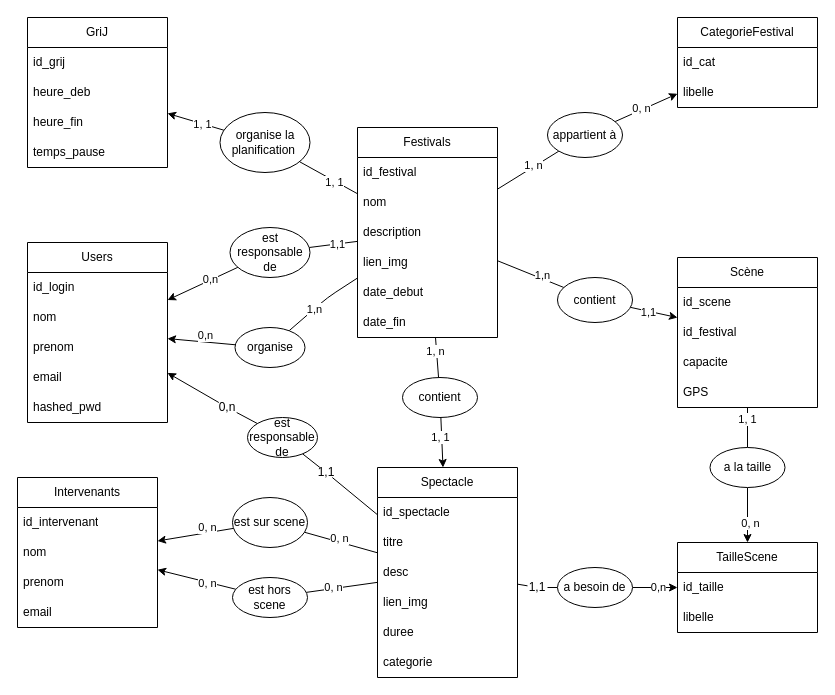
This is diagrams/bdd.drawio from lbaudroit/G2-Festiplan, a draw.io file, before an edit. Source tidied: cells renumbered, new cells numbered last; positions are measured from the earlier drawing's top-left corner, leaving out a move shared by most shapes. Both pictures are drawn from the tidied source at 100%, with x=0, y=0 at pixel (17, 17).
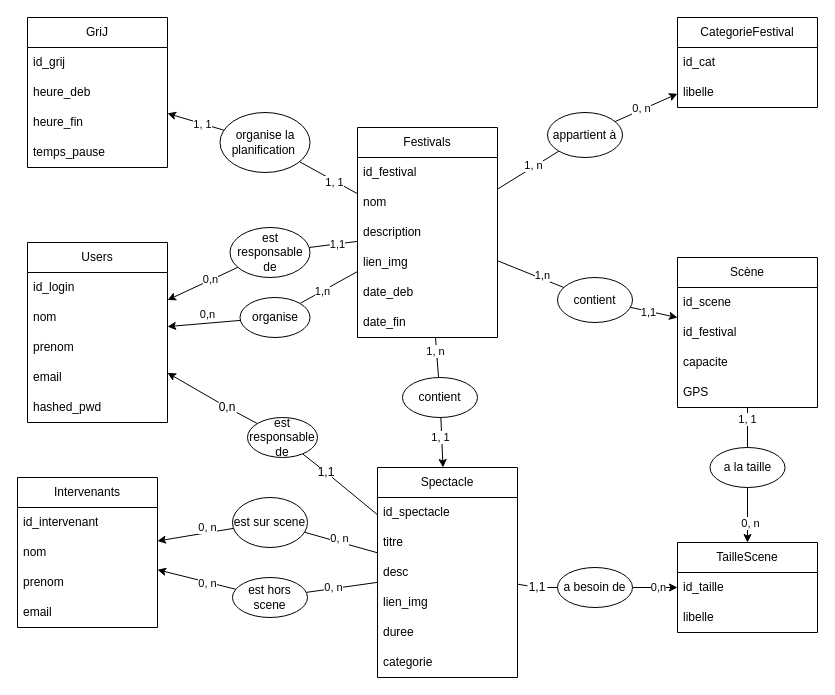
Above is the later version.

Commit message:
modif diagrame

The change refers to these unchanged cells:
```xml
<mxCell id="8" value="Festivals" style="swimlane;fontStyle=0;horizontal=1;startSize=30;whiteSpace=wrap;html=1;" parent="1" vertex="1">
  <mxGeometry x="340" y="110" width="140" height="210" as="geometry" />
</mxCell>
```

The edit, as a diff of the source:
```diff
@@
-    <mxCell id="13" value="date_debut" style="text;strokeColor=none;fillColor=none;align=left;verticalAlign=middle;spacingLeft=4;spacingRight=4;overflow=hidden;whiteSpace=wrap;html=1;" parent="8" vertex="1">
+    <mxCell id="13" value="date_deb" style="text;strokeColor=none;fillColor=none;align=left;verticalAlign=middle;spacingLeft=4;spacingRight=4;overflow=hidden;whiteSpace=wrap;html=1;" parent="8" vertex="1">
       <mxGeometry y="150" width="140" height="30" as="geometry" />
     </mxCell>
@@
-    <mxCell id="53" style="edgeStyle=none;html=1;endArrow=none;" parent="1" edge="1" source="8" target="58">
-      <mxGeometry relative="1" as="geometry">
-        <Array as="points">
-          <mxPoint x="310" y="280" />
-        </Array>
-      </mxGeometry>
+    <mxCell id="53" style="html=1;endArrow=none;" parent="1" edge="1" source="8" target="58">
+      <mxGeometry relative="1" as="geometry" />
     </mxCell>
@@
     <mxCell id="58" value="organise" style="ellipse;whiteSpace=wrap;html=1;" parent="1" vertex="1">
-      <mxGeometry x="217.5" y="310" width="70" height="40" as="geometry" />
+      <mxGeometry x="222.5" y="280" width="70" height="40" as="geometry" />
     </mxCell>
```
